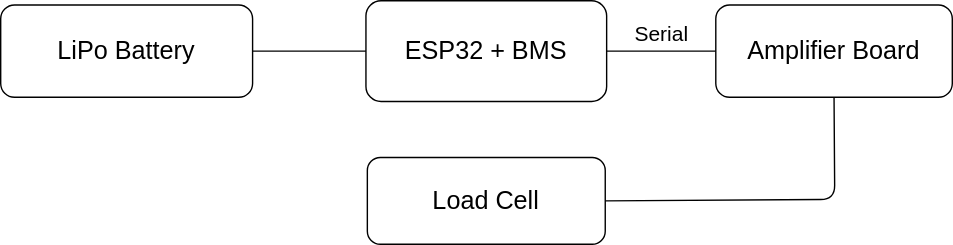
Before: hardware/Connection Diagram.svg, a diagram exported from draw.io (metisvela/sailtrack-strain). Source tidied: cells renumbered, new cells last; positions are measured from the earlier drawing's top-left corner, leaving out a move shared by most shapes.
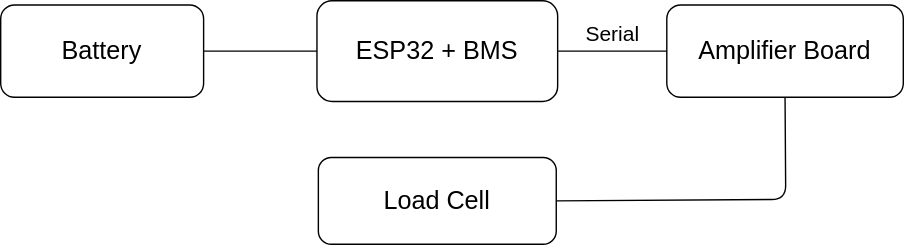
After the commit.

Diff of the diagram source:
```diff
@@ -5,8 +5,8 @@
     <mxCell id="2" value="&lt;font style=&quot;font-size: 18px&quot;&gt;ESP32 + BMS&lt;/font&gt;" style="rounded=1;whiteSpace=wrap;html=1;" parent="1" vertex="1">
       <mxGeometry x="261" width="172" height="72" as="geometry" />
     </mxCell>
-    <mxCell id="3" value="&lt;font style=&quot;font-size: 18px&quot;&gt;LiPo Battery&lt;/font&gt;" style="rounded=1;whiteSpace=wrap;html=1;" parent="1" vertex="1">
-      <mxGeometry y="3" width="180" height="66" as="geometry" />
+    <mxCell id="3" value="&lt;font style=&quot;font-size: 18px&quot;&gt;Battery&lt;/font&gt;" style="rounded=1;whiteSpace=wrap;html=1;" parent="1" vertex="1">
+      <mxGeometry x="35" y="3" width="145" height="66" as="geometry" />
     </mxCell>
     <mxCell id="4" value="&lt;font style=&quot;font-size: 18px&quot;&gt;Amplifier Board&lt;br&gt;&lt;/font&gt;" style="rounded=1;whiteSpace=wrap;html=1;" parent="1" vertex="1">
       <mxGeometry x="511" y="3" width="169" height="66" as="geometry" />
```
